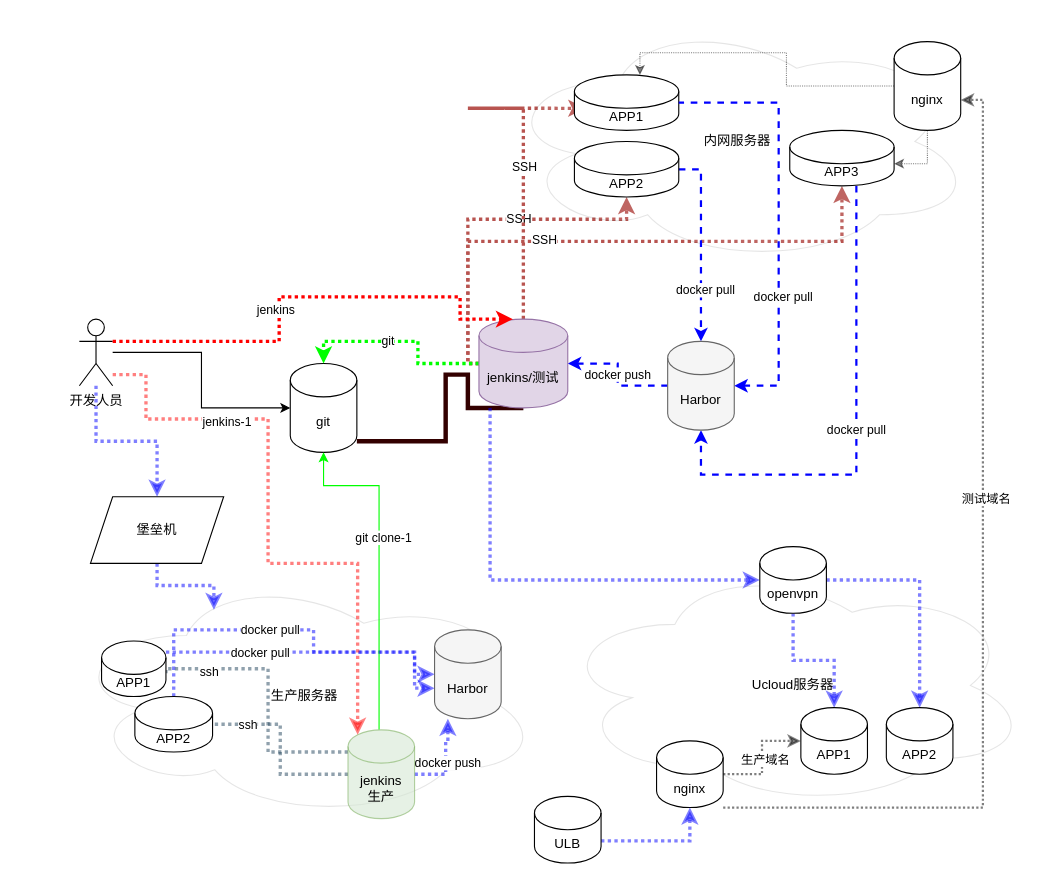
Above: jenkins.drawio in rainycrying/drawio (draw.io), before the change. Source tidied: cells renumbered, new cells numbered last; positions are measured from the earlier drawing's top-left corner, leaving out a move shared by most shapes. Both pictures are drawn from the tidied source at 111%, with x=0, y=0 at pixel (68, 19).
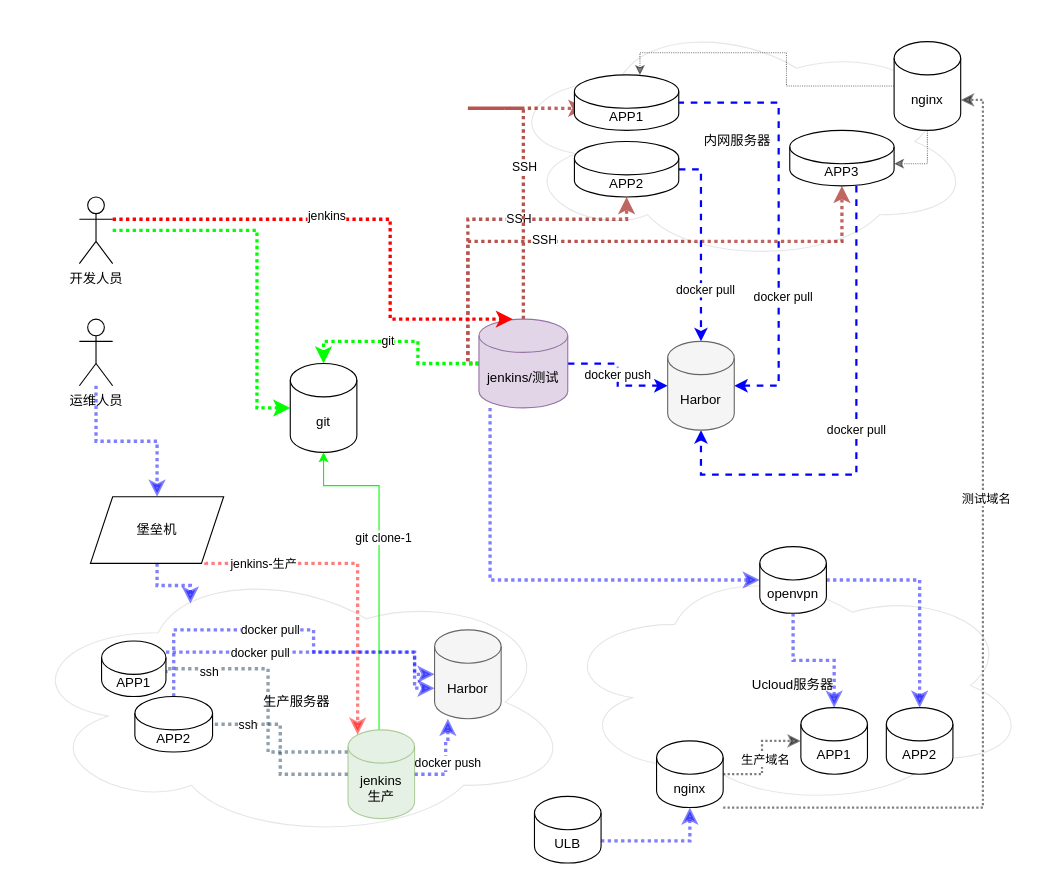
The same page after the edit.

Unchanged cells that the change refers to:
```xml
<mxCell id="7" value="git" style="shape=cylinder3;whiteSpace=wrap;html=1;boundedLbl=1;backgroundOutline=1;size=15;" parent="1" vertex="1">
  <mxGeometry x="200" y="310" width="60" height="80" as="geometry" />
</mxCell>
<mxCell id="9" value="堡垒机" style="shape=parallelogram;perimeter=parallelogramPerimeter;whiteSpace=wrap;html=1;fixedSize=1;" parent="1" vertex="1">
  <mxGeometry x="20" y="430" width="120" height="60" as="geometry" />
</mxCell>
<mxCell id="20" value="jenkins/测试" style="shape=cylinder3;whiteSpace=wrap;html=1;boundedLbl=1;backgroundOutline=1;size=15;fillColor=#e1d5e7;strokeColor=#9673a6;" parent="1" vertex="1">
  <mxGeometry x="370" y="270" width="80" height="80" as="geometry" />
</mxCell>
<mxCell id="32" value="jenkins&lt;br&gt;生产" style="shape=cylinder3;whiteSpace=wrap;html=1;boundedLbl=1;backgroundOutline=1;size=15;fillColor=#d5e8d4;strokeColor=#82b366;opacity=60;" parent="1" vertex="1">
  <mxGeometry x="252" y="640" width="60" height="80" as="geometry" />
</mxCell>
<mxCell id="56" value="&lt;span style=&quot;color: rgb(0, 0, 0);&quot;&gt;Harbor&lt;/span&gt;" style="shape=cylinder3;whiteSpace=wrap;html=1;boundedLbl=1;backgroundOutline=1;size=15;fillColor=#f5f5f5;fontColor=#333333;strokeColor=#666666;" parent="1" vertex="1">
  <mxGeometry x="540" y="290" width="60" height="80" as="geometry" />
</mxCell>
```

Diff of the diagram source:
```diff
@@
     <mxCell id="2" value="生产服务器" style="ellipse;shape=cloud;whiteSpace=wrap;html=1;opacity=10;" parent="1" vertex="1">
-      <mxGeometry y="500" width="426" height="220" as="geometry" />
+      <mxGeometry x="-44" y="490" width="500" height="250" as="geometry" />
     </mxCell>
@@
-    <mxCell id="4" style="edgeStyle=orthogonalEdgeStyle;rounded=0;jettySize=auto;html=1;entryX=0;entryY=0.5;entryDx=0;entryDy=0;entryPerimeter=0;" parent="1" edge="1" source="5" target="7">
-      <mxGeometry relative="1" as="geometry" />
+    <mxCell id="4" style="edgeStyle=orthogonalEdgeStyle;rounded=0;jettySize=auto;html=1;entryX=0;entryY=0.5;entryDx=0;entryDy=0;entryPerimeter=0;strokeColor=#00FF00;dashed=1;dashPattern=1 1;strokeWidth=3;startArrow=none;startFill=0;endFill=1;" parent="1" edge="1" source="68" target="7">
+      <mxGeometry relative="1" as="geometry">
+        <Array as="points">
+          <mxPoint x="170" y="190" />
+          <mxPoint x="170" y="350" />
+        </Array>
+      </mxGeometry>
     </mxCell>
-    <mxCell id="5" value="开发人员" style="shape=umlActor;verticalLabelPosition=bottom;verticalAlign=top;html=1;outlineConnect=0;" parent="1" vertex="1">
+    <mxCell id="5" value="运维人员" style="shape=umlActor;verticalLabelPosition=bottom;verticalAlign=top;html=1;outlineConnect=0;" parent="1" vertex="1">
       <mxGeometry x="10" y="270" width="30" height="60" as="geometry" />
     </mxCell>
-    <mxCell id="6" style="edgeStyle=orthogonalEdgeStyle;shape=connector;rounded=0;jettySize=auto;html=1;entryX=0.5;entryY=1;entryDx=0;entryDy=0;entryPerimeter=0;labelBackgroundColor=default;strokeColor=#330000;strokeWidth=4;fontFamily=Helvetica;fontSize=11;fontColor=default;startArrow=none;startFill=0;endArrow=none;endFill=0;" parent="1" edge="1" source="7" target="20">
-      <mxGeometry relative="1" as="geometry">
-        <Array as="points">
-          <mxPoint x="340" y="380" />
-          <mxPoint x="340" y="320" />
-          <mxPoint x="360" y="320" />
-        </Array>
-      </mxGeometry>
-    </mxCell>
@@
-    <mxCell id="19" value="docker push" style="edgeStyle=orthogonalEdgeStyle;rounded=0;jettySize=auto;html=1;endArrow=none;strokeColor=#0000FF;endFill=0;dashed=1;strokeWidth=2;startArrow=classic;startFill=1;" parent="1" edge="1" source="20" target="56">
+    <mxCell id="19" value="docker push" style="edgeStyle=orthogonalEdgeStyle;rounded=0;jettySize=auto;html=1;endArrow=classic;strokeColor=#0000FF;endFill=1;dashed=1;strokeWidth=2;startArrow=none;startFill=0;" parent="1" edge="1" source="20" target="56">
       <mxGeometry relative="1" as="geometry" />
     </mxCell>
@@
-    <mxCell id="57" style="edgeStyle=orthogonalEdgeStyle;rounded=0;jettySize=auto;html=1;dashed=1;dashPattern=1 1;strokeColor=#FF0000;strokeWidth=3;startArrow=none;startFill=0;endArrow=classic;endFill=1;entryX=0.383;entryY=0;entryDx=0;entryDy=0;entryPerimeter=0;exitX=1;exitY=0.3333333333333333;exitDx=0;exitDy=0;exitPerimeter=0;" parent="1" edge="1" source="5" target="20">
+    <mxCell id="57" style="edgeStyle=orthogonalEdgeStyle;rounded=0;jettySize=auto;html=1;dashed=1;dashPattern=1 1;strokeColor=#FF0000;strokeWidth=3;startArrow=none;startFill=0;endArrow=classic;endFill=1;entryX=0.383;entryY=0;entryDx=0;entryDy=0;entryPerimeter=0;" parent="1" edge="1" source="68" target="20">
       <mxGeometry relative="1" as="geometry">
         <Array as="points">
-          <mxPoint x="190" y="290" />
-          <mxPoint x="190" y="250" />
-          <mxPoint x="353" y="250" />
+          <mxPoint x="290" y="180" />
+          <mxPoint x="290" y="270" />
         </Array>
       </mxGeometry>
     </mxCell>
@@
-    <mxCell id="59" style="edgeStyle=orthogonalEdgeStyle;shape=connector;rounded=0;jettySize=auto;html=1;entryX=0.145;entryY=0;entryDx=0;entryDy=4.35;entryPerimeter=0;dashed=1;dashPattern=1 1;labelBackgroundColor=default;strokeColor=#FF0000;strokeWidth=3;fontFamily=Helvetica;fontSize=11;fontColor=default;startArrow=none;startFill=0;endArrow=classic;endFill=1;opacity=50;" parent="1" edge="1" source="5" target="32">
+    <mxCell id="59" style="edgeStyle=orthogonalEdgeStyle;shape=connector;rounded=0;jettySize=auto;html=1;entryX=0.145;entryY=0;entryDx=0;entryDy=4.35;entryPerimeter=0;dashed=1;dashPattern=1 1;labelBackgroundColor=default;strokeColor=#FF0000;strokeWidth=3;fontFamily=Helvetica;fontSize=11;fontColor=default;startArrow=none;startFill=0;endArrow=classic;endFill=1;opacity=50;exitX=0.867;exitY=0.983;exitDx=0;exitDy=0;exitPerimeter=0;" parent="1" edge="1" source="9" target="32">
       <mxGeometry relative="1" as="geometry">
         <Array as="points">
-          <mxPoint x="70" y="320" />
-          <mxPoint x="70" y="360" />
-          <mxPoint x="180" y="360" />
-          <mxPoint x="180" y="490" />
+          <mxPoint x="124" y="490" />
           <mxPoint x="261" y="490" />
         </Array>
       </mxGeometry>
     </mxCell>
-    <mxCell id="60" value="jenkins-1" style="edgeLabel;html=1;align=center;verticalAlign=middle;fontSize=11;fontFamily=Helvetica;fontColor=default;" parent="59" vertex="1">
-      <mxGeometry x="-0.48" y="-2" relative="1" as="geometry" />
-    </mxCell>
+    <mxCell id="67" value="jenkins-生产" style="edgeLabel;html=1;align=center;verticalAlign=middle;" parent="59" vertex="1">
+      <mxGeometry x="-0.72" y="-1" relative="1" as="geometry">
+        <mxPoint x="12" y="-1" as="offset" />
+      </mxGeometry>
+    </mxCell>
@@
+    <mxCell id="68" value="开发人员" style="shape=umlActor;verticalLabelPosition=bottom;verticalAlign=top;html=1;outlineConnect=0;" parent="1" vertex="1">
+      <mxGeometry x="10" y="160" width="30" height="60" as="geometry" />
+    </mxCell>
```
